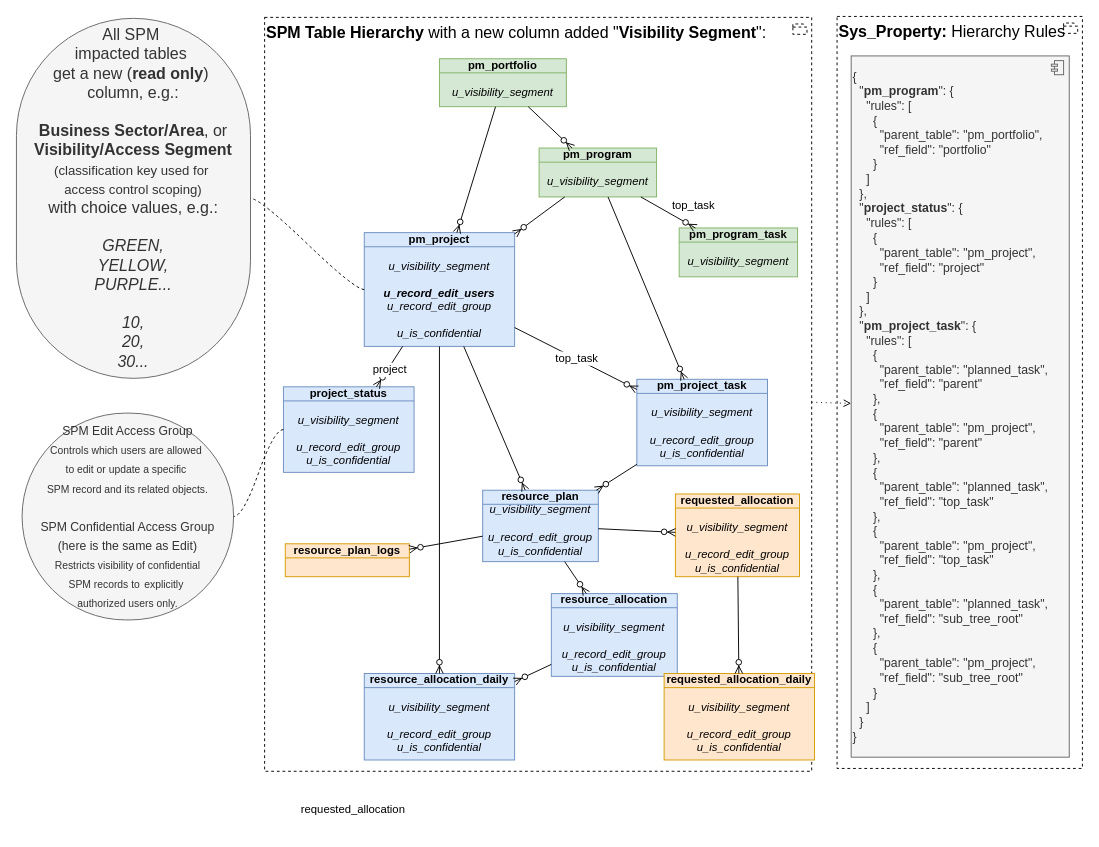
Before: page "hier1" (4 of 21) of Sar.drawio in algimas/tmp, a draw.io diagram. Source tidied: cells renumbered, new cells numbered last; positions are measured from the earlier drawing's top-left corner, leaving out a move shared by most shapes. Both pictures are drawn from the tidied source at 94%, with x=0, y=0 at pixel (16, 16).
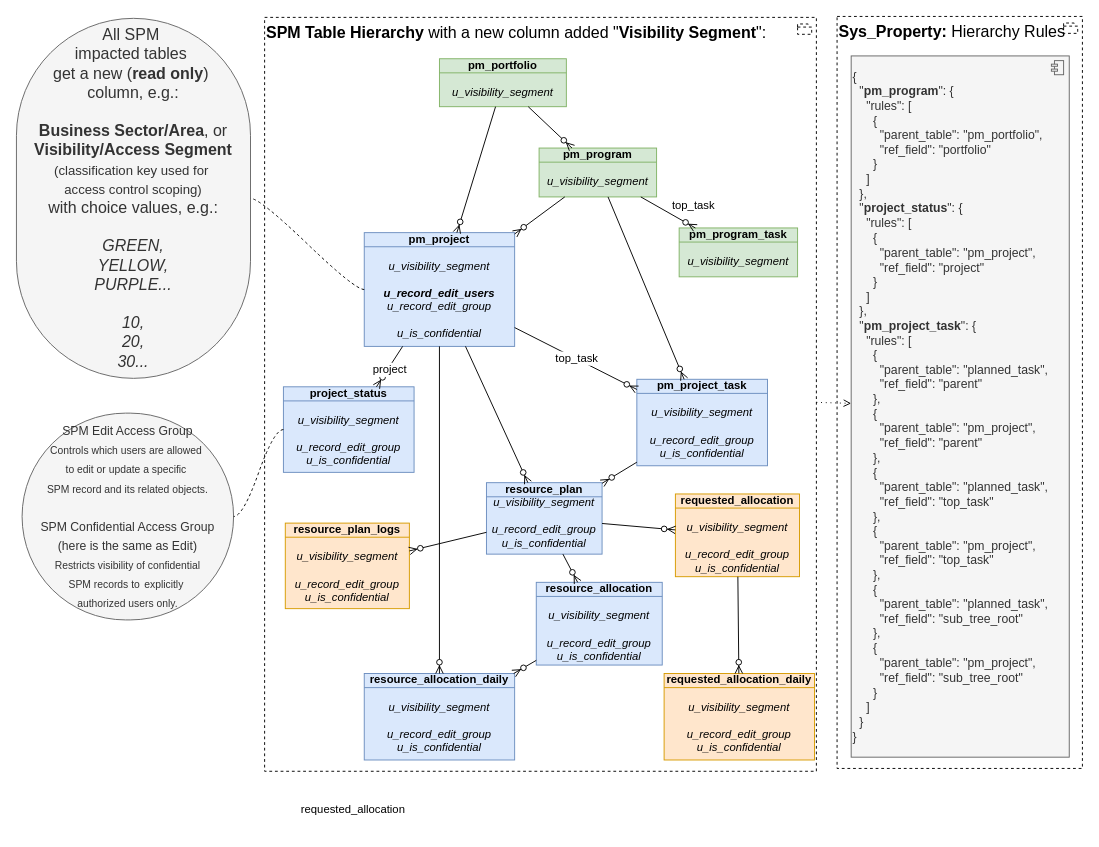
The same page after the edit.

The edit, as a diff of the source:
```diff
@@
     <mxCell id="3" value="&lt;b&gt;SPM Table Hierarchy&lt;/b&gt;&amp;nbsp;with a new column added &quot;&lt;b&gt;Visibility Segment&lt;/b&gt;&quot;:" style="html=1;outlineConnect=0;whiteSpace=wrap;shape=mxgraph.archimate3.application;appType=grouping;archiType=square;dashed=1;fillColor=none;verticalAlign=top;align=left;fontSize=17;" parent="1" vertex="1">
-      <mxGeometry x="264" y="1" width="582" height="802" as="geometry" />
+      <mxGeometry x="264" y="1" width="587" height="802" as="geometry" />
     </mxCell>
@@
     <mxCell id="27" value="&lt;div&gt;resource_allocation&lt;/div&gt;&lt;div&gt;&lt;br&gt;&lt;/div&gt;&lt;div align=&quot;center&quot;&gt;&lt;div&gt;&lt;i style=&quot;font-weight: normal;&quot;&gt;u_visibility_segment&lt;/i&gt;&lt;/div&gt;&lt;div&gt;&lt;span style=&quot;font-weight: normal;&quot;&gt;&lt;i&gt;&lt;br&gt;&lt;/i&gt;&lt;/span&gt;&lt;/div&gt;&lt;div&gt;&lt;span style=&quot;font-weight: normal;&quot;&gt;&lt;i&gt;u_&lt;/i&gt;&lt;i&gt;record&lt;/i&gt;&lt;i&gt;_edit_group&lt;/i&gt;&lt;/span&gt;&lt;div&gt;&lt;i style=&quot;font-weight: normal;&quot;&gt;u_is_confidential&lt;/i&gt;&lt;/div&gt;&lt;/div&gt;&lt;/div&gt;" style="html=1;outlineConnect=0;whiteSpace=wrap;fillColor=#dae8fc;shape=mxgraph.archimate3.businessObject;overflow=fill;strokeColor=#6c8ebf;fontStyle=1;" parent="1" vertex="1">
-      <mxGeometry x="569" y="614" width="134" height="88" as="geometry" />
+      <mxGeometry x="553" y="602" width="134" height="88" as="geometry" />
     </mxCell>
     <mxCell id="28" value="&lt;div&gt;resource_plan&lt;/div&gt;&lt;div&gt;&lt;i style=&quot;font-weight: normal;&quot;&gt;u_visibility_segment&lt;/i&gt;&lt;/div&gt;&lt;div&gt;&lt;span style=&quot;font-weight: normal;&quot;&gt;&lt;i&gt;&lt;br&gt;&lt;/i&gt;&lt;/span&gt;&lt;/div&gt;&lt;div&gt;&lt;span style=&quot;font-weight: normal;&quot;&gt;&lt;i&gt;u_&lt;/i&gt;&lt;i&gt;record&lt;/i&gt;&lt;i&gt;_edit_group&lt;/i&gt;&lt;/span&gt;&lt;div&gt;&lt;i style=&quot;font-weight: normal;&quot;&gt;u_is_confidential&lt;/i&gt;&lt;/div&gt;&lt;/div&gt;" style="html=1;outlineConnect=0;whiteSpace=wrap;fillColor=#dae8fc;shape=mxgraph.archimate3.businessObject;overflow=fill;strokeColor=#6c8ebf;fontStyle=1;" parent="1" vertex="1">
-      <mxGeometry x="496" y="504" width="123" height="76" as="geometry" />
+      <mxGeometry x="500" y="496" width="123" height="76" as="geometry" />
     </mxCell>
@@
-    <mxCell id="37" value="resource_plan_logs" style="html=1;outlineConnect=0;whiteSpace=wrap;fillColor=#ffe6cc;shape=mxgraph.archimate3.businessObject;overflow=fill;strokeColor=#d79b00;fontStyle=1;" parent="1" vertex="1">
-      <mxGeometry x="286" y="561" width="132" height="35" as="geometry" />
+    <mxCell id="37" value="&lt;div&gt;resource_plan_logs&lt;/div&gt;&lt;br&gt;&lt;div align=&quot;center&quot;&gt;&lt;div&gt;&lt;i style=&quot;font-weight: normal;&quot;&gt;u_visibility_segment&lt;/i&gt;&lt;/div&gt;&lt;div&gt;&lt;span style=&quot;font-weight: normal;&quot;&gt;&lt;i&gt;&lt;br&gt;&lt;/i&gt;&lt;/span&gt;&lt;/div&gt;&lt;div&gt;&lt;span style=&quot;font-weight: normal;&quot;&gt;&lt;i&gt;u_&lt;/i&gt;&lt;i&gt;record&lt;/i&gt;&lt;i&gt;_edit_group&lt;/i&gt;&lt;/span&gt;&lt;div&gt;&lt;i style=&quot;font-weight: normal;&quot;&gt;u_is_confidential&lt;/i&gt;&lt;/div&gt;&lt;/div&gt;&lt;/div&gt;" style="html=1;outlineConnect=0;whiteSpace=wrap;fillColor=#ffe6cc;shape=mxgraph.archimate3.businessObject;overflow=fill;strokeColor=#d79b00;fontStyle=1;" parent="1" vertex="1">
+      <mxGeometry x="286" y="539" width="132" height="91" as="geometry" />
     </mxCell>
```
